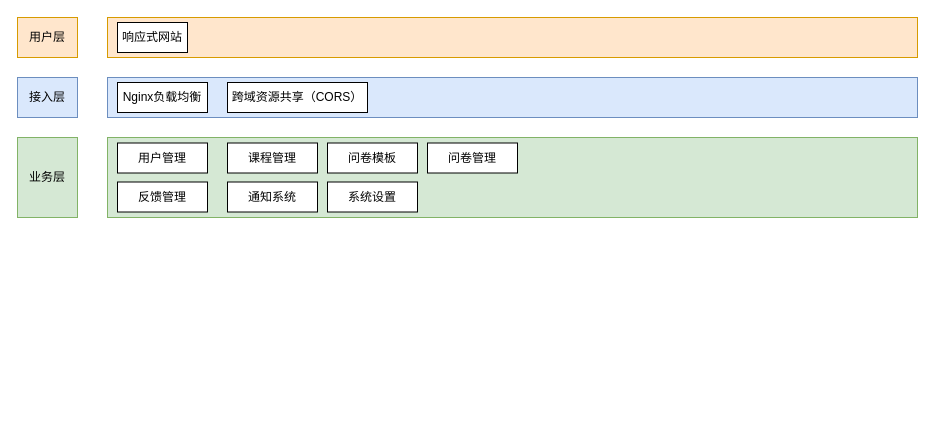
Above: 未命名绘图.drawio in LLLLLLer/llllller.github.io (draw.io), before the change. Source tidied: cells renumbered, new cells numbered last; positions are measured from the earlier drawing's top-left corner, leaving out a move shared by most shapes. Both pictures are drawn from the tidied source at 100%, with x=0, y=0 at pixel (17, 17).
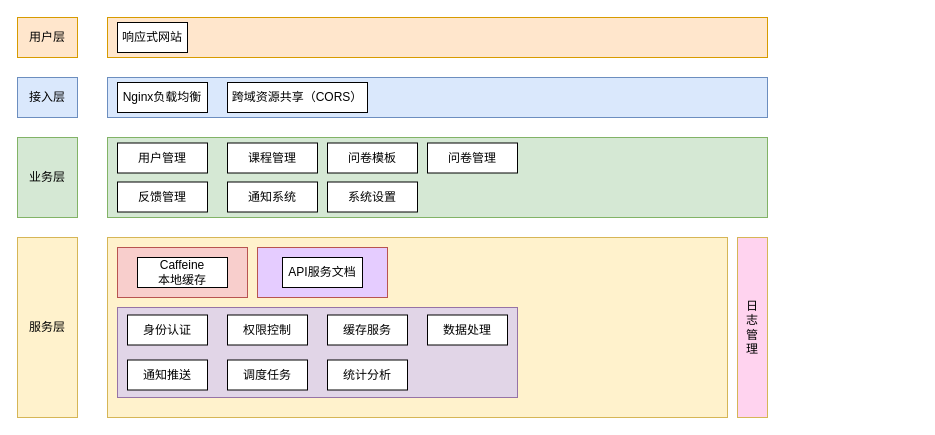
After the change.

Commit message:
更新未命名绘图.drawio

The edit, as a diff of the source:
```diff
@@
     <mxCell id="3" style="rounded=0;whiteSpace=wrap;html=1;fillColor=#ffe6cc;strokeColor=#d79b00;" parent="1" vertex="1">
-      <mxGeometry x="90" width="810" height="40" as="geometry" />
+      <mxGeometry x="90" width="660" height="40" as="geometry" />
     </mxCell>
@@
     <mxCell id="6" style="rounded=0;whiteSpace=wrap;html=1;fillColor=#dae8fc;strokeColor=#6c8ebf;" parent="1" vertex="1">
-      <mxGeometry x="90" y="60" width="810" height="40" as="geometry" />
+      <mxGeometry x="90" y="60" width="660" height="40" as="geometry" />
     </mxCell>
@@
     <mxCell id="10" style="rounded=0;whiteSpace=wrap;html=1;fillColor=#d5e8d4;strokeColor=#82b366;" parent="1" vertex="1">
-      <mxGeometry x="90" y="120" width="810" height="80" as="geometry" />
+      <mxGeometry x="90" y="120" width="660" height="80" as="geometry" />
     </mxCell>
@@
+    <mxCell id="18" value="服务层" style="rounded=0;whiteSpace=wrap;html=1;fillColor=#fff2cc;strokeColor=#d6b656;" parent="1" vertex="1">
+      <mxGeometry y="220" width="60" height="180" as="geometry" />
+    </mxCell>
+    <mxCell id="19" style="rounded=0;whiteSpace=wrap;html=1;fillColor=#fff2cc;strokeColor=#d6b656;" parent="1" vertex="1">
+      <mxGeometry x="90" y="220" width="620" height="180" as="geometry" />
+    </mxCell>
+    <mxCell id="20" style="rounded=0;whiteSpace=wrap;html=1;fillColor=#e1d5e7;strokeColor=#9673a6;" parent="1" vertex="1">
+      <mxGeometry x="100" y="290" width="400" height="90" as="geometry" />
+    </mxCell>
+    <mxCell id="21" value="身份认证" style="rounded=0;whiteSpace=wrap;html=1;" parent="1" vertex="1">
+      <mxGeometry x="110" y="297.5" width="80" height="30" as="geometry" />
+    </mxCell>
+    <mxCell id="22" style="rounded=0;whiteSpace=wrap;html=1;fillColor=#f8cecc;strokeColor=#b85450;" parent="1" vertex="1">
+      <mxGeometry x="100" y="230" width="130" height="50" as="geometry" />
+    </mxCell>
+    <mxCell id="23" value="Caffeine&lt;div&gt;本地缓存&lt;/div&gt;" style="rounded=0;whiteSpace=wrap;html=1;" parent="1" vertex="1">
+      <mxGeometry x="120" y="240" width="90" height="30" as="geometry" />
+    </mxCell>
+    <mxCell id="24" value="权限控制" style="rounded=0;whiteSpace=wrap;html=1;" parent="1" vertex="1">
+      <mxGeometry x="210" y="297.5" width="80" height="30" as="geometry" />
+    </mxCell>
+    <mxCell id="25" value="缓存服务" style="rounded=0;whiteSpace=wrap;html=1;" parent="1" vertex="1">
+      <mxGeometry x="310" y="297.5" width="80" height="30" as="geometry" />
+    </mxCell>
+    <mxCell id="26" value="数据处理" style="rounded=0;whiteSpace=wrap;html=1;" parent="1" vertex="1">
+      <mxGeometry x="410" y="297.5" width="80" height="30" as="geometry" />
+    </mxCell>
+    <mxCell id="27" value="通知推送" style="rounded=0;whiteSpace=wrap;html=1;" parent="1" vertex="1">
+      <mxGeometry x="110" y="342.5" width="80" height="30" as="geometry" />
+    </mxCell>
+    <mxCell id="28" value="调度任务" style="rounded=0;whiteSpace=wrap;html=1;" parent="1" vertex="1">
+      <mxGeometry x="210" y="342.5" width="80" height="30" as="geometry" />
+    </mxCell>
+    <mxCell id="29" value="统计分析" style="rounded=0;whiteSpace=wrap;html=1;" parent="1" vertex="1">
+      <mxGeometry x="310" y="342.5" width="80" height="30" as="geometry" />
+    </mxCell>
+    <mxCell id="30" style="rounded=0;whiteSpace=wrap;html=1;fillColor=#E5CCFF;strokeColor=#b85450;" parent="1" vertex="1">
+      <mxGeometry x="240" y="230" width="130" height="50" as="geometry" />
+    </mxCell>
+    <mxCell id="31" value="API服务文档" style="rounded=0;whiteSpace=wrap;html=1;" parent="1" vertex="1">
+      <mxGeometry x="265" y="240" width="80" height="30" as="geometry" />
+    </mxCell>
+    <mxCell id="32" value="日&lt;div&gt;&lt;span style=&quot;background-color: transparent; color: light-dark(rgb(0, 0, 0), rgb(255, 255, 255));&quot;&gt;志&lt;/span&gt;&lt;/div&gt;&lt;div&gt;&lt;span style=&quot;background-color: transparent; color: light-dark(rgb(0, 0, 0), rgb(255, 255, 255));&quot;&gt;管&lt;/span&gt;&lt;/div&gt;&lt;div&gt;&lt;span style=&quot;background-color: transparent; color: light-dark(rgb(0, 0, 0), rgb(255, 255, 255));&quot;&gt;理&lt;/span&gt;&lt;br&gt;&lt;/div&gt;" style="rounded=0;whiteSpace=wrap;html=1;fillColor=#FFD3EF;strokeColor=#d6b656;" parent="1" vertex="1">
+      <mxGeometry x="720" y="220" width="30" height="180" as="geometry" />
+    </mxCell>
```
